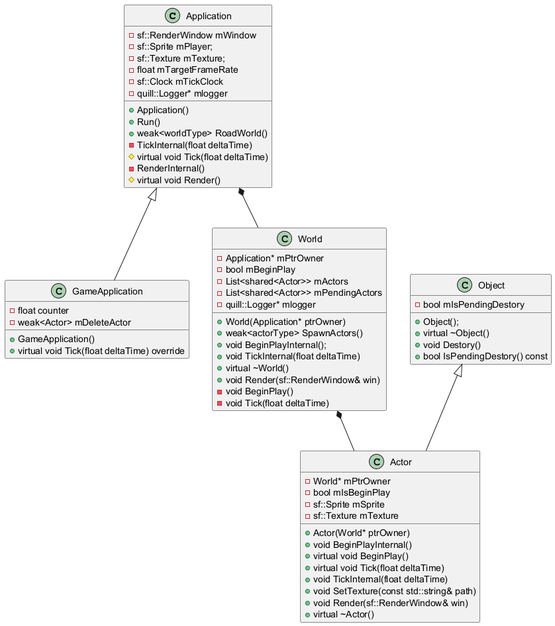
This is docs/UMLClassesDiagrams/LightYearsGameArch.png from eddieho2001/LightYearsGame, a PlantUML export, as it was before one commit.
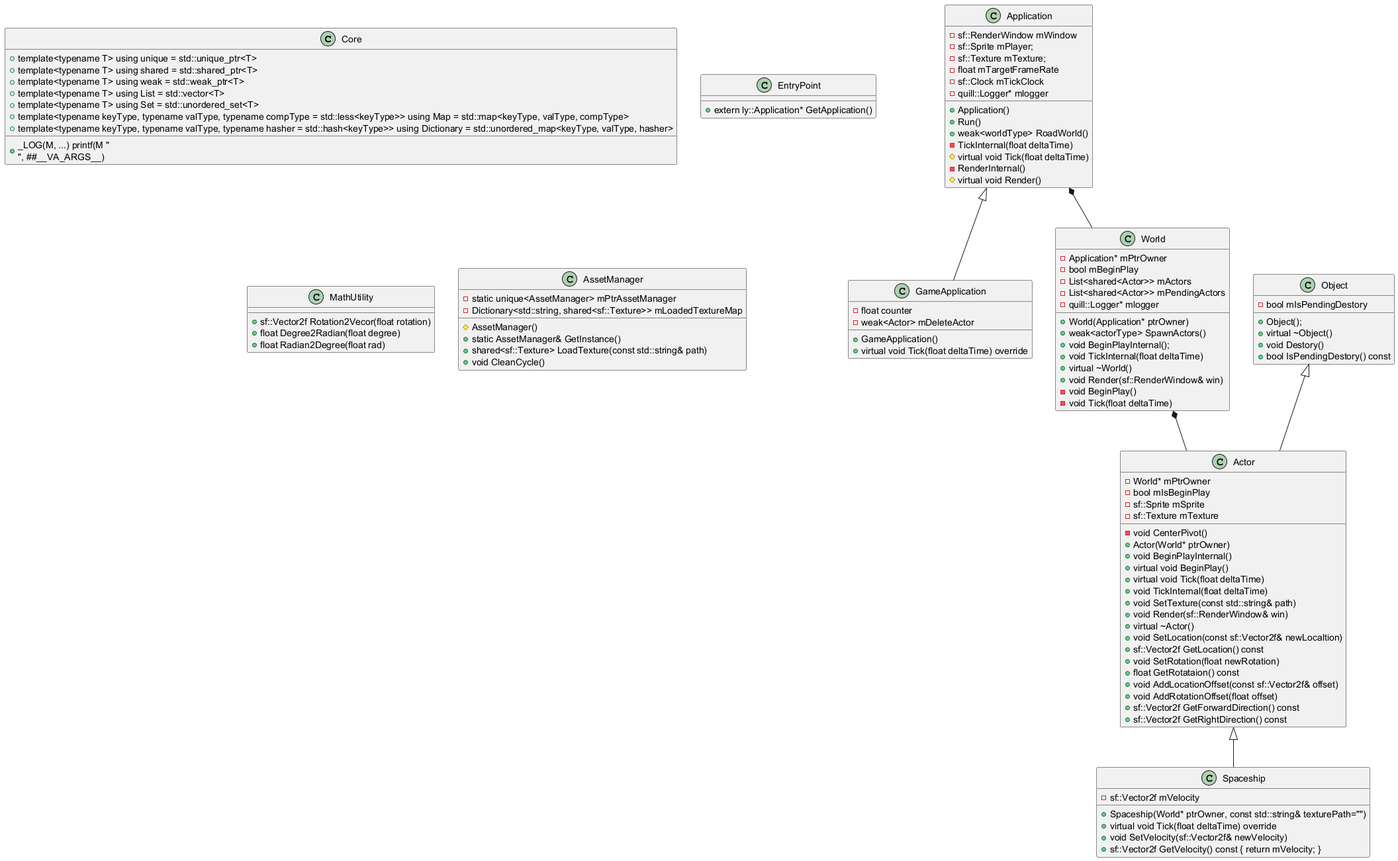
After the change.

Commit message:
Test GameApplication with Spaceship class

What changed in the source:
```diff
@@ -1,4 +1,25 @@
 @startuml
+
+class Core{
+	+template<typename T> using unique = std::unique_ptr<T>
+	+template<typename T> using shared = std::shared_ptr<T>
+	+template<typename T> using weak = std::weak_ptr<T>
+	+template<typename T> using List = std::vector<T>
+	+template<typename T> using Set = std::unordered_set<T>
+	+template<typename keyType, typename valType, typename compType = std::less<keyType>> using Map = std::map<keyType, valType, compType>
+	+template<typename keyType, typename valType, typename hasher = std::hash<keyType>> using Dictionary = std::unordered_map<keyType, valType, hasher>
+	+_LOG(M, ...) printf(M "\n", ##__VA_ARGS__)
+}
+
+class EntryPoint{
+	+extern ly::Application* GetApplication()
+}
+
+class MathUtility{
+	+sf::Vector2f Rotation2Vecor(float rotation)
+	+float Degree2Radian(float degree)
+	+float Radian2Degree(float rad)
+}
 
 class Application{
 	-sf::RenderWindow mWindow
@@ -53,6 +74,7 @@
 	-bool mIsBeginPlay
 	-sf::Sprite mSprite
 	-sf::Texture mTexture
+	-void CenterPivot()
 	+Actor(World* ptrOwner)
 	+void BeginPlayInternal()
 	+virtual void BeginPlay()
@@ -61,11 +83,38 @@
 	+void SetTexture(const std::string& path)
 	+void Render(sf::RenderWindow& win)
 	+virtual ~Actor()
+	+void SetLocation(const sf::Vector2f& newLocaltion)
+	+sf::Vector2f GetLocation() const
+	+void SetRotation(float newRotation)
+	+float GetRotataion() const
+	+void AddLocationOffset(const sf::Vector2f& offset)
+	+void AddRotationOffset(float offset)
+	+sf::Vector2f GetForwardDirection() const
+	+sf::Vector2f GetRightDirection() const
+}
+
+class Spaceship{
+	-sf::Vector2f mVelocity
+	+Spaceship(World* ptrOwner, const std::string& texturePath="")
+	+virtual void Tick(float deltaTime) override
+	+void SetVelocity(sf::Vector2f& newVelocity)
+	+sf::Vector2f GetVelocity() const { return mVelocity; }
+}
+
+class AssetManager{
+	-static unique<AssetManager> mPtrAssetManager
+	-Dictionary<std::string, shared<sf::Texture>> mLoadedTextureMap
+	#AssetManager()
+	+static AssetManager& GetInstance()
+	+shared<sf::Texture> LoadTexture(const std::string& path)
+	+void CleanCycle()
+
 }
 
 Application <|--GameApplication
 Application *--World
 World *--Actor
 Object <|--Actor
+Actor <|--Spaceship
 
 @enduml
```
